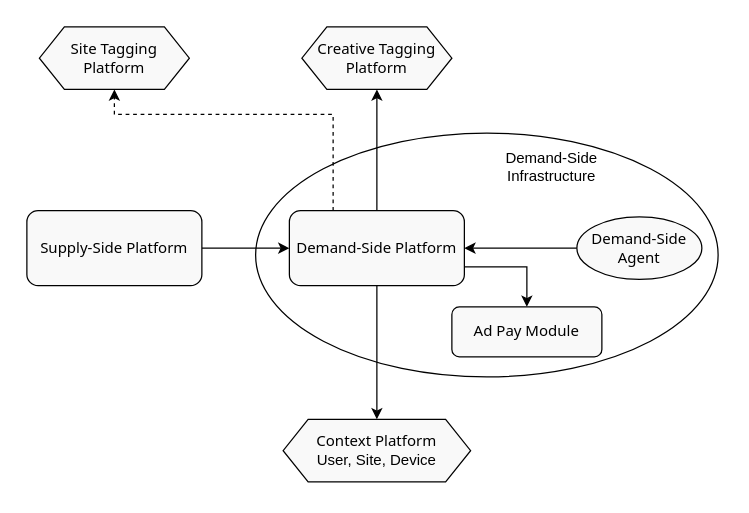
Before: page "DSI" (3 of 3) of protocol/index.drawio in adshares/adshares-docs, a draw.io diagram. Source tidied: cells renumbered, new cells numbered last; positions are measured from the earlier drawing's top-left corner, leaving out a move shared by most shapes. Both pictures are drawn from the tidied source at 125%, with x=0, y=0 at pixel (26, 26).
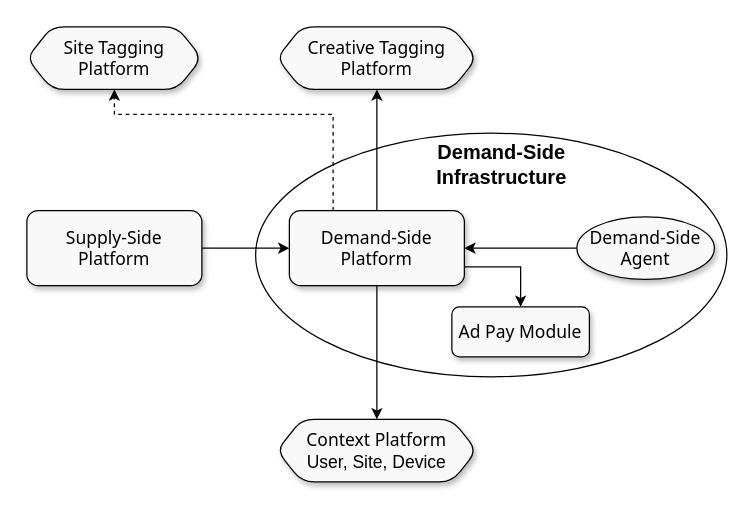
The same page after the edit.

Diff of the diagram source:
```diff
@@
 <mxGraphModel>
   <root>
     <mxCell id="0" />
     <mxCell id="1" parent="0" />
     <mxCell id="2" style="ellipse;whiteSpace=wrap;html=1;fillColor=none;strokeColor=#000000;fontColor=#000000;strokeWidth=1;shadow=0;" parent="1" vertex="1">
-      <mxGeometry x="183" y="85" width="370" height="195" as="geometry" />
+      <mxGeometry x="183" y="85" width="377" height="195" as="geometry" />
     </mxCell>
     <mxCell id="3" style="edgeStyle=orthogonalEdgeStyle;rounded=0;jettySize=auto;html=1;entryX=0;entryY=0.5;entryDx=0;entryDy=0;" parent="1" edge="1" source="4" target="9">
       <mxGeometry relative="1" as="geometry" />
     </mxCell>
-    <mxCell id="4" value="&lt;span style=&quot;font-family: &amp;quot;HCo Gotham&amp;quot;, system-ui, -apple-system, &amp;quot;Segoe UI&amp;quot;, Roboto, &amp;quot;Helvetica Neue&amp;quot;, Arial, &amp;quot;Noto Sans&amp;quot;, &amp;quot;Liberation Sans&amp;quot;, sans-serif, &amp;quot;Apple Color Emoji&amp;quot;, &amp;quot;Segoe UI Emoji&amp;quot;, &amp;quot;Segoe UI Symbol&amp;quot;, &amp;quot;Noto Color Emoji&amp;quot;; text-align: start;&quot;&gt;&lt;font style=&quot;font-size: 12px;&quot;&gt;Supply-Side Platform&lt;/font&gt;&lt;/span&gt;" style="rounded=1;whiteSpace=wrap;html=1;shadow=0;glass=0;fontColor=#000000;strokeColor=#000000;fillColor=#F9F9F9;" parent="1" vertex="1">
+    <mxCell id="4" value="&lt;span style=&quot;font-family: &amp;quot;HCo Gotham&amp;quot;, system-ui, -apple-system, &amp;quot;Segoe UI&amp;quot;, Roboto, &amp;quot;Helvetica Neue&amp;quot;, Arial, &amp;quot;Noto Sans&amp;quot;, &amp;quot;Liberation Sans&amp;quot;, sans-serif, &amp;quot;Apple Color Emoji&amp;quot;, &amp;quot;Segoe UI Emoji&amp;quot;, &amp;quot;Segoe UI Symbol&amp;quot;, &amp;quot;Noto Color Emoji&amp;quot;; text-align: start;&quot;&gt;&lt;font style=&quot;font-size: 14px;&quot;&gt;Supply-Side&lt;br&gt;Platform&lt;/font&gt;&lt;/span&gt;" style="rounded=1;whiteSpace=wrap;html=1;shadow=1;glass=0;fontColor=#000000;strokeColor=#000000;fillColor=#F9F9F9;" parent="1" vertex="1">
       <mxGeometry y="147" width="140" height="60" as="geometry" />
     </mxCell>
     <mxCell id="5" style="edgeStyle=orthogonalEdgeStyle;rounded=0;jettySize=auto;html=1;entryX=0.5;entryY=1;entryDx=0;entryDy=0;fontColor=#000000;strokeColor=#000000;shadow=0;" parent="1" edge="1" source="9" target="10">
       <mxGeometry relative="1" as="geometry" />
     </mxCell>
     <mxCell id="6" style="edgeStyle=orthogonalEdgeStyle;rounded=0;jettySize=auto;html=1;exitX=1;exitY=0.75;exitDx=0;exitDy=0;fontColor=#000000;strokeColor=#000000;shadow=0;" parent="1" edge="1" source="9" target="14">
       <mxGeometry relative="1" as="geometry" />
     </mxCell>
     <mxCell id="7" style="edgeStyle=orthogonalEdgeStyle;rounded=0;jettySize=auto;html=1;fontColor=#000000;strokeColor=#000000;shadow=0;" parent="1" edge="1" source="9" target="16">
       <mxGeometry relative="1" as="geometry" />
     </mxCell>
     <mxCell id="8" style="edgeStyle=orthogonalEdgeStyle;rounded=0;jettySize=auto;html=1;dashed=1;exitX=0.25;exitY=0;exitDx=0;exitDy=0;entryX=0.5;entryY=1;entryDx=0;entryDy=0;" parent="1" edge="1" source="9" target="11">
       <mxGeometry relative="1" as="geometry">
         <Array as="points">
           <mxPoint x="245" y="70" />
           <mxPoint x="70" y="70" />
         </Array>
       </mxGeometry>
     </mxCell>
-    <mxCell id="9" value="&lt;span style=&quot;border-color: var(--border-color); font-family: &amp;quot;HCo Gotham&amp;quot;, system-ui, -apple-system, &amp;quot;Segoe UI&amp;quot;, Roboto, &amp;quot;Helvetica Neue&amp;quot;, Arial, &amp;quot;Noto Sans&amp;quot;, &amp;quot;Liberation Sans&amp;quot;, sans-serif, &amp;quot;Apple Color Emoji&amp;quot;, &amp;quot;Segoe UI Emoji&amp;quot;, &amp;quot;Segoe UI Symbol&amp;quot;, &amp;quot;Noto Color Emoji&amp;quot;; text-align: start;&quot;&gt;&lt;font style=&quot;border-color: var(--border-color);&quot;&gt;Demand-Side Platform&lt;/font&gt;&lt;/span&gt;" style="rounded=1;whiteSpace=wrap;html=1;fontColor=#000000;strokeColor=#000000;shadow=0;fillColor=#F9F9F9;" parent="1" vertex="1">
+    <mxCell id="9" value="&lt;span style=&quot;border-color: var(--border-color); font-family: &amp;quot;HCo Gotham&amp;quot;, system-ui, -apple-system, &amp;quot;Segoe UI&amp;quot;, Roboto, &amp;quot;Helvetica Neue&amp;quot;, Arial, &amp;quot;Noto Sans&amp;quot;, &amp;quot;Liberation Sans&amp;quot;, sans-serif, &amp;quot;Apple Color Emoji&amp;quot;, &amp;quot;Segoe UI Emoji&amp;quot;, &amp;quot;Segoe UI Symbol&amp;quot;, &amp;quot;Noto Color Emoji&amp;quot;; text-align: start;&quot;&gt;&lt;font style=&quot;border-color: var(--border-color); font-size: 14px;&quot;&gt;Demand-Side Platform&lt;/font&gt;&lt;/span&gt;" style="rounded=1;whiteSpace=wrap;html=1;fontColor=#000000;strokeColor=#000000;shadow=1;fillColor=#F9F9F9;" parent="1" vertex="1">
       <mxGeometry x="210" y="147" width="140" height="60" as="geometry" />
     </mxCell>
-    <mxCell id="10" value="&lt;span style=&quot;font-family: &amp;quot;HCo Gotham&amp;quot;, system-ui, -apple-system, &amp;quot;Segoe UI&amp;quot;, Roboto, &amp;quot;Helvetica Neue&amp;quot;, Arial, &amp;quot;Noto Sans&amp;quot;, &amp;quot;Liberation Sans&amp;quot;, sans-serif, &amp;quot;Apple Color Emoji&amp;quot;, &amp;quot;Segoe UI Emoji&amp;quot;, &amp;quot;Segoe UI Symbol&amp;quot;, &amp;quot;Noto Color Emoji&amp;quot;; text-align: start;&quot;&gt;&lt;font style=&quot;font-size: 12px;&quot;&gt;Creative Tagging Platform&lt;/font&gt;&lt;/span&gt;&lt;b&gt;&lt;br&gt;&lt;/b&gt;" style="shape=hexagon;perimeter=hexagonPerimeter2;whiteSpace=wrap;html=1;fixedSize=1;fontColor=#000000;strokeColor=#000000;shadow=0;fillColor=#F9F9F9;" parent="1" vertex="1">
-      <mxGeometry x="220" width="120" height="50" as="geometry" />
+    <mxCell id="10" value="&lt;span style=&quot;font-family: &amp;quot;HCo Gotham&amp;quot;, system-ui, -apple-system, &amp;quot;Segoe UI&amp;quot;, Roboto, &amp;quot;Helvetica Neue&amp;quot;, Arial, &amp;quot;Noto Sans&amp;quot;, &amp;quot;Liberation Sans&amp;quot;, sans-serif, &amp;quot;Apple Color Emoji&amp;quot;, &amp;quot;Segoe UI Emoji&amp;quot;, &amp;quot;Segoe UI Symbol&amp;quot;, &amp;quot;Noto Color Emoji&amp;quot;; text-align: start;&quot;&gt;&lt;font style=&quot;font-size: 14px;&quot;&gt;Creative Tagging Platform&lt;/font&gt;&lt;/span&gt;&lt;b&gt;&lt;br&gt;&lt;/b&gt;" style="shape=hexagon;perimeter=hexagonPerimeter2;whiteSpace=wrap;html=1;fixedSize=1;fontColor=#000000;strokeColor=#000000;shadow=1;fillColor=#F9F9F9;rounded=1;" parent="1" vertex="1">
+      <mxGeometry x="200" width="160" height="50" as="geometry" />
     </mxCell>
-    <mxCell id="11" value="&lt;span style=&quot;font-family: &amp;quot;HCo Gotham&amp;quot;, system-ui, -apple-system, &amp;quot;Segoe UI&amp;quot;, Roboto, &amp;quot;Helvetica Neue&amp;quot;, Arial, &amp;quot;Noto Sans&amp;quot;, &amp;quot;Liberation Sans&amp;quot;, sans-serif, &amp;quot;Apple Color Emoji&amp;quot;, &amp;quot;Segoe UI Emoji&amp;quot;, &amp;quot;Segoe UI Symbol&amp;quot;, &amp;quot;Noto Color Emoji&amp;quot;; text-align: start;&quot;&gt;&lt;font style=&quot;font-size: 12px;&quot;&gt;Site Tagging&lt;br&gt;Platform&lt;/font&gt;&lt;/span&gt;" style="shape=hexagon;perimeter=hexagonPerimeter2;whiteSpace=wrap;html=1;fixedSize=1;fontColor=#000000;strokeColor=#000000;shadow=0;fillColor=#F9F9F9;" parent="1" vertex="1">
-      <mxGeometry x="10" width="120" height="50" as="geometry" />
+    <mxCell id="11" value="&lt;span style=&quot;font-family: &amp;quot;HCo Gotham&amp;quot;, system-ui, -apple-system, &amp;quot;Segoe UI&amp;quot;, Roboto, &amp;quot;Helvetica Neue&amp;quot;, Arial, &amp;quot;Noto Sans&amp;quot;, &amp;quot;Liberation Sans&amp;quot;, sans-serif, &amp;quot;Apple Color Emoji&amp;quot;, &amp;quot;Segoe UI Emoji&amp;quot;, &amp;quot;Segoe UI Symbol&amp;quot;, &amp;quot;Noto Color Emoji&amp;quot;; text-align: start;&quot;&gt;&lt;font style=&quot;font-size: 14px;&quot;&gt;Site Tagging&lt;br&gt;Platform&lt;/font&gt;&lt;/span&gt;" style="shape=hexagon;perimeter=hexagonPerimeter2;whiteSpace=wrap;html=1;fixedSize=1;fontColor=#000000;strokeColor=#000000;shadow=1;fillColor=#F9F9F9;rounded=1;" parent="1" vertex="1">
+      <mxGeometry width="140" height="50" as="geometry" />
     </mxCell>
     <mxCell id="12" style="edgeStyle=orthogonalEdgeStyle;rounded=0;jettySize=auto;html=1;entryX=1;entryY=0.5;entryDx=0;entryDy=0;fontColor=#000000;strokeColor=#000000;shadow=0;" parent="1" edge="1" source="13" target="9">
       <mxGeometry relative="1" as="geometry" />
     </mxCell>
-    <mxCell id="13" value="&lt;span style=&quot;border-color: var(--border-color); font-family: &amp;quot;HCo Gotham&amp;quot;, system-ui, -apple-system, &amp;quot;Segoe UI&amp;quot;, Roboto, &amp;quot;Helvetica Neue&amp;quot;, Arial, &amp;quot;Noto Sans&amp;quot;, &amp;quot;Liberation Sans&amp;quot;, sans-serif, &amp;quot;Apple Color Emoji&amp;quot;, &amp;quot;Segoe UI Emoji&amp;quot;, &amp;quot;Segoe UI Symbol&amp;quot;, &amp;quot;Noto Color Emoji&amp;quot;; text-align: start;&quot;&gt;&lt;font style=&quot;border-color: var(--border-color);&quot;&gt;Demand-Side Agent&lt;/font&gt;&lt;/span&gt;" style="ellipse;whiteSpace=wrap;html=1;fontColor=#000000;strokeColor=#000000;shadow=0;fillColor=#F9F9F9;" parent="1" vertex="1">
-      <mxGeometry x="440" y="152" width="100" height="50" as="geometry" />
+    <mxCell id="13" value="&lt;span style=&quot;border-color: var(--border-color); font-family: &amp;quot;HCo Gotham&amp;quot;, system-ui, -apple-system, &amp;quot;Segoe UI&amp;quot;, Roboto, &amp;quot;Helvetica Neue&amp;quot;, Arial, &amp;quot;Noto Sans&amp;quot;, &amp;quot;Liberation Sans&amp;quot;, sans-serif, &amp;quot;Apple Color Emoji&amp;quot;, &amp;quot;Segoe UI Emoji&amp;quot;, &amp;quot;Segoe UI Symbol&amp;quot;, &amp;quot;Noto Color Emoji&amp;quot;; text-align: start;&quot;&gt;&lt;font style=&quot;border-color: var(--border-color); font-size: 14px;&quot;&gt;Demand-Side Agent&lt;/font&gt;&lt;/span&gt;" style="ellipse;whiteSpace=wrap;html=1;fontColor=#000000;strokeColor=#000000;shadow=1;fillColor=#F9F9F9;" parent="1" vertex="1">
+      <mxGeometry x="440" y="152" width="110" height="50" as="geometry" />
     </mxCell>
-    <mxCell id="14" value="&lt;span style=&quot;border-color: var(--border-color); font-family: &amp;quot;HCo Gotham&amp;quot;, system-ui, -apple-system, &amp;quot;Segoe UI&amp;quot;, Roboto, &amp;quot;Helvetica Neue&amp;quot;, Arial, &amp;quot;Noto Sans&amp;quot;, &amp;quot;Liberation Sans&amp;quot;, sans-serif, &amp;quot;Apple Color Emoji&amp;quot;, &amp;quot;Segoe UI Emoji&amp;quot;, &amp;quot;Segoe UI Symbol&amp;quot;, &amp;quot;Noto Color Emoji&amp;quot;; text-align: start;&quot;&gt;&lt;font style=&quot;border-color: var(--border-color);&quot;&gt;Ad Pay Module&lt;/font&gt;&lt;/span&gt;" style="rounded=1;whiteSpace=wrap;html=1;fontColor=#000000;strokeColor=#000000;shadow=0;fillColor=#F9F9F9;" parent="1" vertex="1">
-      <mxGeometry x="340" y="224" width="120" height="40" as="geometry" />
+    <mxCell id="14" value="&lt;span style=&quot;border-color: var(--border-color); font-family: &amp;quot;HCo Gotham&amp;quot;, system-ui, -apple-system, &amp;quot;Segoe UI&amp;quot;, Roboto, &amp;quot;Helvetica Neue&amp;quot;, Arial, &amp;quot;Noto Sans&amp;quot;, &amp;quot;Liberation Sans&amp;quot;, sans-serif, &amp;quot;Apple Color Emoji&amp;quot;, &amp;quot;Segoe UI Emoji&amp;quot;, &amp;quot;Segoe UI Symbol&amp;quot;, &amp;quot;Noto Color Emoji&amp;quot;; text-align: start;&quot;&gt;&lt;font style=&quot;border-color: var(--border-color); font-size: 14px;&quot;&gt;Ad Pay Module&lt;/font&gt;&lt;/span&gt;" style="rounded=1;whiteSpace=wrap;html=1;fontColor=#000000;strokeColor=#000000;shadow=1;fillColor=#F9F9F9;" parent="1" vertex="1">
+      <mxGeometry x="340" y="224" width="110" height="40" as="geometry" />
     </mxCell>
-    <mxCell id="15" value="Demand-Side Infrastructure" style="text;html=1;strokeColor=none;fillColor=none;align=center;verticalAlign=middle;whiteSpace=wrap;rounded=0;dashed=1;fontColor=#000000;shadow=0;" parent="1" vertex="1">
-      <mxGeometry x="380" y="102" width="80" height="20" as="geometry" />
+    <mxCell id="15" value="&lt;b&gt;&lt;font style=&quot;font-size: 16px;&quot;&gt;Demand-Side Infrastructure&lt;/font&gt;&lt;/b&gt;" style="text;html=1;strokeColor=none;fillColor=none;align=center;verticalAlign=middle;whiteSpace=wrap;rounded=0;dashed=1;fontColor=#000000;shadow=0;" parent="1" vertex="1">
+      <mxGeometry x="310" y="100" width="140" height="20" as="geometry" />
     </mxCell>
-    <mxCell id="16" value="&lt;font style=&quot;font-size: 12px;&quot;&gt;&lt;span style=&quot;font-family: &amp;quot;HCo Gotham&amp;quot;, system-ui, -apple-system, &amp;quot;Segoe UI&amp;quot;, Roboto, &amp;quot;Helvetica Neue&amp;quot;, Arial, &amp;quot;Noto Sans&amp;quot;, &amp;quot;Liberation Sans&amp;quot;, sans-serif, &amp;quot;Apple Color Emoji&amp;quot;, &amp;quot;Segoe UI Emoji&amp;quot;, &amp;quot;Segoe UI Symbol&amp;quot;, &amp;quot;Noto Color Emoji&amp;quot;; text-align: start;&quot;&gt;Context Platform&lt;br&gt;&lt;/span&gt;&lt;/font&gt;User, Site, Device" style="shape=hexagon;perimeter=hexagonPerimeter2;whiteSpace=wrap;html=1;fixedSize=1;fontColor=#000000;strokeColor=#000000;shadow=0;fillColor=#F9F9F9;" parent="1" vertex="1">
-      <mxGeometry x="205" y="314" width="150" height="50" as="geometry" />
+    <mxCell id="16" value="&lt;font style=&quot;font-size: 14px;&quot;&gt;&lt;font style=&quot;&quot;&gt;&lt;span style=&quot;font-family: &amp;quot;HCo Gotham&amp;quot;, system-ui, -apple-system, &amp;quot;Segoe UI&amp;quot;, Roboto, &amp;quot;Helvetica Neue&amp;quot;, Arial, &amp;quot;Noto Sans&amp;quot;, &amp;quot;Liberation Sans&amp;quot;, sans-serif, &amp;quot;Apple Color Emoji&amp;quot;, &amp;quot;Segoe UI Emoji&amp;quot;, &amp;quot;Segoe UI Symbol&amp;quot;, &amp;quot;Noto Color Emoji&amp;quot;; text-align: start;&quot;&gt;Context Platform&lt;br&gt;&lt;/span&gt;&lt;/font&gt;User, Site, Device&lt;/font&gt;" style="shape=hexagon;perimeter=hexagonPerimeter2;whiteSpace=wrap;html=1;fixedSize=1;fontColor=#000000;strokeColor=#000000;shadow=1;fillColor=#F9F9F9;rounded=1;" parent="1" vertex="1">
+      <mxGeometry x="200" y="314" width="160" height="50" as="geometry" />
     </mxCell>
   </root>
 </mxGraphModel>
```
